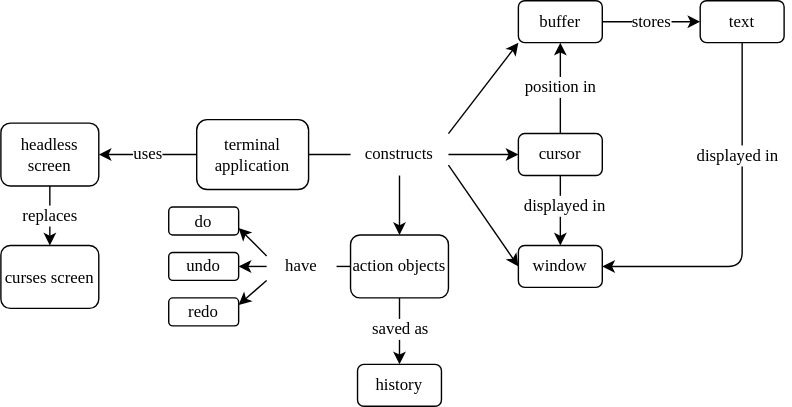
Above: sdxpy/undo/concept_map.svg in gvwilson/thirdbit (draw.io), before the change. Source tidied: cells renumbered, new cells last; positions are measured from the earlier drawing's top-left corner, leaving out a move shared by most shapes.
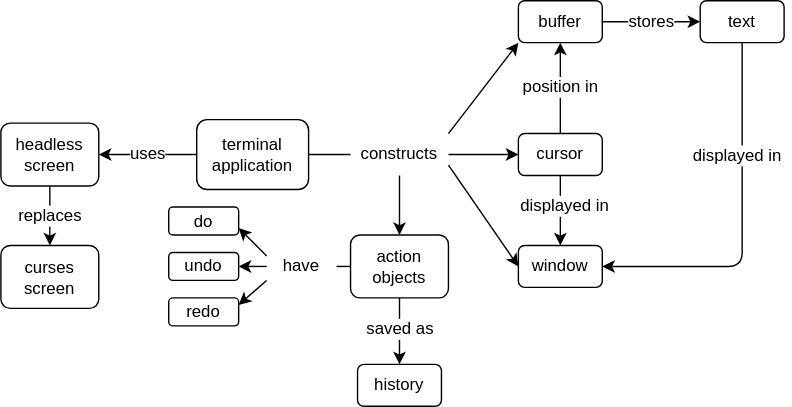
Above is the later version.

What changed in the source:
```diff
@@ -2,107 +2,107 @@
   <root>
     <mxCell id="0" />
     <mxCell id="1" parent="0" />
-    <mxCell id="2" value="terminal&lt;br style=&quot;font-size: 12px;&quot;&gt;application" style="rounded=1;whiteSpace=wrap;html=1;fillColor=none;fontFamily=Verdana;fontSize=12;" parent="1" vertex="1">
+    <mxCell id="2" value="terminal&lt;br style=&quot;font-size: 12px;&quot;&gt;application" style="rounded=1;whiteSpace=wrap;html=1;fillColor=none;fontFamily=Helvetica;fontSize=12;" parent="1" vertex="1">
       <mxGeometry x="140" y="85" width="80" height="50" as="geometry" />
     </mxCell>
-    <mxCell id="3" value="buffer" style="rounded=1;whiteSpace=wrap;html=1;fillColor=none;fontFamily=Verdana;fontSize=12;" parent="1" vertex="1">
+    <mxCell id="3" value="buffer" style="rounded=1;whiteSpace=wrap;html=1;fillColor=none;fontFamily=Helvetica;fontSize=12;" parent="1" vertex="1">
       <mxGeometry x="370" width="60" height="30" as="geometry" />
     </mxCell>
-    <mxCell id="4" value="cursor" style="rounded=1;whiteSpace=wrap;html=1;fillColor=none;fontFamily=Verdana;fontSize=12;" parent="1" vertex="1">
+    <mxCell id="4" value="cursor" style="rounded=1;whiteSpace=wrap;html=1;fillColor=none;fontFamily=Helvetica;fontSize=12;" parent="1" vertex="1">
       <mxGeometry x="370" y="95" width="60" height="30" as="geometry" />
     </mxCell>
-    <mxCell id="5" value="window" style="rounded=1;whiteSpace=wrap;html=1;fillColor=none;fontFamily=Verdana;fontSize=12;" parent="1" vertex="1">
+    <mxCell id="5" value="window" style="rounded=1;whiteSpace=wrap;html=1;fillColor=none;fontFamily=Helvetica;fontSize=12;" parent="1" vertex="1">
       <mxGeometry x="370" y="175" width="60" height="30" as="geometry" />
     </mxCell>
-    <mxCell id="6" value="constructs" style="text;html=1;strokeColor=none;fillColor=none;align=center;verticalAlign=middle;whiteSpace=wrap;rounded=0;fontFamily=Verdana;fontSize=12;" parent="1" vertex="1">
+    <mxCell id="6" value="constructs" style="text;html=1;strokeColor=none;fillColor=none;align=center;verticalAlign=middle;whiteSpace=wrap;rounded=0;fontFamily=Helvetica;fontSize=12;" parent="1" vertex="1">
       <mxGeometry x="250" y="95" width="70" height="30" as="geometry" />
     </mxCell>
-    <mxCell id="7" style="endArrow=none;html=1;rounded=0;entryX=0;entryY=0.5;entryDx=0;entryDy=0;exitX=1;exitY=0.5;exitDx=0;exitDy=0;fontFamily=Verdana;fontSize=12;" parent="1" edge="1" source="2" target="6">
+    <mxCell id="7" style="endArrow=none;html=1;rounded=0;entryX=0;entryY=0.5;entryDx=0;entryDy=0;exitX=1;exitY=0.5;exitDx=0;exitDy=0;fontFamily=Helvetica;fontSize=12;" parent="1" edge="1" source="2" target="6">
       <mxGeometry relative="1" as="geometry" />
     </mxCell>
-    <mxCell id="8" style="endArrow=classic;html=1;rounded=0;entryX=0;entryY=0.5;entryDx=0;entryDy=0;exitX=1;exitY=0.5;exitDx=0;exitDy=0;fontFamily=Verdana;fontSize=12;" parent="1" edge="1" source="6" target="4">
+    <mxCell id="8" style="endArrow=classic;html=1;rounded=0;entryX=0;entryY=0.5;entryDx=0;entryDy=0;exitX=1;exitY=0.5;exitDx=0;exitDy=0;fontFamily=Helvetica;fontSize=12;" parent="1" edge="1" source="6" target="4">
       <mxGeometry relative="1" as="geometry" />
     </mxCell>
-    <mxCell id="9" style="endArrow=classic;html=1;rounded=0;entryX=0;entryY=1;entryDx=0;entryDy=0;exitX=1;exitY=0;exitDx=0;exitDy=0;fontFamily=Verdana;fontSize=12;" parent="1" edge="1" source="6" target="3">
+    <mxCell id="9" style="endArrow=classic;html=1;rounded=0;entryX=0;entryY=1;entryDx=0;entryDy=0;exitX=1;exitY=0;exitDx=0;exitDy=0;fontFamily=Helvetica;fontSize=12;" parent="1" edge="1" source="6" target="3">
       <mxGeometry relative="1" as="geometry" />
     </mxCell>
-    <mxCell id="10" style="endArrow=classic;html=1;rounded=0;entryX=0;entryY=0.5;entryDx=0;entryDy=0;exitX=1;exitY=0.75;exitDx=0;exitDy=0;fontFamily=Verdana;fontSize=12;" parent="1" edge="1" source="6" target="5">
+    <mxCell id="10" style="endArrow=classic;html=1;rounded=0;entryX=0;entryY=0.5;entryDx=0;entryDy=0;exitX=1;exitY=0.75;exitDx=0;exitDy=0;fontFamily=Helvetica;fontSize=12;" parent="1" edge="1" source="6" target="5">
       <mxGeometry relative="1" as="geometry" />
     </mxCell>
-    <mxCell id="11" value="&lt;font style=&quot;font-size: 12px;&quot;&gt;uses&lt;/font&gt;" style="endArrow=classic;html=1;rounded=0;exitX=0;exitY=0.5;exitDx=0;exitDy=0;entryX=1;entryY=0.5;entryDx=0;entryDy=0;fontFamily=Verdana;fontSize=12;" parent="1" edge="1" source="2" target="12">
+    <mxCell id="11" value="&lt;font style=&quot;font-size: 12px;&quot;&gt;uses&lt;/font&gt;" style="endArrow=classic;html=1;rounded=0;exitX=0;exitY=0.5;exitDx=0;exitDy=0;entryX=1;entryY=0.5;entryDx=0;entryDy=0;fontFamily=Helvetica;fontSize=12;" parent="1" edge="1" source="2" target="12">
       <mxGeometry relative="1" as="geometry" />
     </mxCell>
-    <mxCell id="12" value="headless screen" style="rounded=1;whiteSpace=wrap;html=1;fillColor=none;fontFamily=Verdana;fontSize=12;" parent="1" vertex="1">
+    <mxCell id="12" value="headless screen" style="rounded=1;whiteSpace=wrap;html=1;fillColor=none;fontFamily=Helvetica;fontSize=12;" parent="1" vertex="1">
       <mxGeometry y="87.5" width="70" height="45" as="geometry" />
     </mxCell>
-    <mxCell id="13" value="text" style="rounded=1;whiteSpace=wrap;html=1;fillColor=none;fontFamily=Verdana;fontSize=12;" parent="1" vertex="1">
+    <mxCell id="13" value="text" style="rounded=1;whiteSpace=wrap;html=1;fillColor=none;fontFamily=Helvetica;fontSize=12;" parent="1" vertex="1">
       <mxGeometry x="500" width="60" height="30" as="geometry" />
     </mxCell>
-    <mxCell id="14" value="&lt;font style=&quot;font-size: 12px;&quot;&gt;stores&lt;/font&gt;" style="endArrow=classic;html=1;rounded=0;entryX=0;entryY=0.5;entryDx=0;entryDy=0;exitX=1;exitY=0.5;exitDx=0;exitDy=0;fontFamily=Verdana;fontSize=12;" parent="1" edge="1" source="3" target="13">
+    <mxCell id="14" value="&lt;font style=&quot;font-size: 12px;&quot;&gt;stores&lt;/font&gt;" style="endArrow=classic;html=1;rounded=0;entryX=0;entryY=0.5;entryDx=0;entryDy=0;exitX=1;exitY=0.5;exitDx=0;exitDy=0;fontFamily=Helvetica;fontSize=12;" parent="1" edge="1" source="3" target="13">
       <mxGeometry relative="1" as="geometry" />
     </mxCell>
-    <mxCell id="15" value="&lt;font style=&quot;font-size: 12px;&quot;&gt;position in&lt;/font&gt;" style="endArrow=classic;html=1;rounded=0;entryX=0.5;entryY=1;entryDx=0;entryDy=0;exitX=0.5;exitY=0;exitDx=0;exitDy=0;fontFamily=Verdana;fontSize=12;" parent="1" edge="1" source="4" target="3">
+    <mxCell id="15" value="&lt;font style=&quot;font-size: 12px;&quot;&gt;position in&lt;/font&gt;" style="endArrow=classic;html=1;rounded=0;entryX=0.5;entryY=1;entryDx=0;entryDy=0;exitX=0.5;exitY=0;exitDx=0;exitDy=0;fontFamily=Helvetica;fontSize=12;" parent="1" edge="1" source="4" target="3">
       <mxGeometry relative="1" as="geometry" />
     </mxCell>
-    <mxCell id="16" style="endArrow=classic;html=1;rounded=0;entryX=0.5;entryY=0;entryDx=0;entryDy=0;exitX=0.5;exitY=1;exitDx=0;exitDy=0;fontFamily=Verdana;fontSize=12;" parent="1" edge="1" source="4" target="5">
+    <mxCell id="16" style="endArrow=classic;html=1;rounded=0;entryX=0.5;entryY=0;entryDx=0;entryDy=0;exitX=0.5;exitY=1;exitDx=0;exitDy=0;fontFamily=Helvetica;fontSize=12;" parent="1" edge="1" source="4" target="5">
       <mxGeometry relative="1" as="geometry" />
     </mxCell>
-    <mxCell id="17" value="&lt;font style=&quot;font-size: 12px;&quot;&gt;displayed in&lt;/font&gt;" style="edgeLabel;html=1;align=center;verticalAlign=middle;fontFamily=Verdana;fontSize=12;" parent="16" vertex="1">
+    <mxCell id="17" value="&lt;font style=&quot;font-size: 12px;&quot;&gt;displayed in&lt;/font&gt;" style="edgeLabel;html=1;align=center;verticalAlign=middle;fontFamily=Helvetica;fontSize=12;" parent="16" vertex="1">
       <mxGeometry x="-0.16" y="2" relative="1" as="geometry" />
     </mxCell>
-    <mxCell id="18" style="endArrow=classic;html=1;rounded=1;entryX=1;entryY=0.5;entryDx=0;entryDy=0;exitX=0.5;exitY=1;exitDx=0;exitDy=0;fontFamily=Verdana;fontSize=12;" parent="1" edge="1" source="13" target="5">
+    <mxCell id="18" style="endArrow=classic;html=1;rounded=1;entryX=1;entryY=0.5;entryDx=0;entryDy=0;exitX=0.5;exitY=1;exitDx=0;exitDy=0;fontFamily=Helvetica;fontSize=12;" parent="1" edge="1" source="13" target="5">
       <mxGeometry relative="1" as="geometry">
         <Array as="points">
           <mxPoint x="530" y="190" />
         </Array>
       </mxGeometry>
     </mxCell>
-    <mxCell id="19" value="&lt;font style=&quot;font-size: 12px;&quot;&gt;displayed in&amp;nbsp;&lt;/font&gt;" style="edgeLabel;html=1;align=center;verticalAlign=middle;fontFamily=Verdana;fontSize=12;" parent="18" vertex="1">
+    <mxCell id="19" value="&lt;font style=&quot;font-size: 12px;&quot;&gt;displayed in&amp;nbsp;&lt;/font&gt;" style="edgeLabel;html=1;align=center;verticalAlign=middle;fontFamily=Helvetica;fontSize=12;" parent="18" vertex="1">
       <mxGeometry x="-0.38" y="-3" relative="1" as="geometry" />
     </mxCell>
-    <mxCell id="20" value="curses screen" style="rounded=1;whiteSpace=wrap;html=1;fillColor=none;fontFamily=Verdana;fontSize=12;" parent="1" vertex="1">
+    <mxCell id="20" value="curses screen" style="rounded=1;whiteSpace=wrap;html=1;fillColor=none;fontFamily=Helvetica;fontSize=12;" parent="1" vertex="1">
       <mxGeometry y="175" width="70" height="45" as="geometry" />
     </mxCell>
-    <mxCell id="21" value="&lt;font style=&quot;font-size: 12px;&quot;&gt;replaces&lt;/font&gt;" style="endArrow=classic;html=1;rounded=0;entryX=0.5;entryY=0;entryDx=0;entryDy=0;exitX=0.5;exitY=1;exitDx=0;exitDy=0;fontFamily=Verdana;fontSize=12;" parent="1" edge="1" source="12" target="20">
+    <mxCell id="21" value="&lt;font style=&quot;font-size: 12px;&quot;&gt;replaces&lt;/font&gt;" style="endArrow=classic;html=1;rounded=0;entryX=0.5;entryY=0;entryDx=0;entryDy=0;exitX=0.5;exitY=1;exitDx=0;exitDy=0;fontFamily=Helvetica;fontSize=12;" parent="1" edge="1" source="12" target="20">
       <mxGeometry relative="1" as="geometry" />
     </mxCell>
-    <mxCell id="22" value="action objects" style="rounded=1;whiteSpace=wrap;html=1;fillColor=none;fontFamily=Verdana;fontSize=12;" parent="1" vertex="1">
+    <mxCell id="22" value="action objects" style="rounded=1;whiteSpace=wrap;html=1;fillColor=none;fontFamily=Helvetica;fontSize=12;" parent="1" vertex="1">
       <mxGeometry x="250" y="167.5" width="70" height="45" as="geometry" />
     </mxCell>
-    <mxCell id="23" style="endArrow=classic;html=1;rounded=0;entryX=0.5;entryY=0;entryDx=0;entryDy=0;exitX=0.5;exitY=1;exitDx=0;exitDy=0;fontFamily=Verdana;fontSize=12;" parent="1" edge="1" source="6" target="22">
+    <mxCell id="23" style="endArrow=classic;html=1;rounded=0;entryX=0.5;entryY=0;entryDx=0;entryDy=0;exitX=0.5;exitY=1;exitDx=0;exitDy=0;fontFamily=Helvetica;fontSize=12;" parent="1" edge="1" source="6" target="22">
       <mxGeometry relative="1" as="geometry" />
     </mxCell>
-    <mxCell id="24" value="history" style="rounded=1;whiteSpace=wrap;html=1;fillColor=none;fontFamily=Verdana;fontSize=12;" parent="1" vertex="1">
+    <mxCell id="24" value="history" style="rounded=1;whiteSpace=wrap;html=1;fillColor=none;fontFamily=Helvetica;fontSize=12;" parent="1" vertex="1">
       <mxGeometry x="255" y="260" width="60" height="30" as="geometry" />
     </mxCell>
-    <mxCell id="25" style="endArrow=classic;html=1;rounded=0;entryX=0.5;entryY=0;entryDx=0;entryDy=0;exitX=0.5;exitY=1;exitDx=0;exitDy=0;fontFamily=Verdana;fontSize=12;" parent="1" edge="1" source="22" target="24">
+    <mxCell id="25" style="endArrow=classic;html=1;rounded=0;entryX=0.5;entryY=0;entryDx=0;entryDy=0;exitX=0.5;exitY=1;exitDx=0;exitDy=0;fontFamily=Helvetica;fontSize=12;" parent="1" edge="1" source="22" target="24">
       <mxGeometry relative="1" as="geometry" />
     </mxCell>
-    <mxCell id="26" value="&lt;font style=&quot;font-size: 12px;&quot;&gt;saved as&amp;nbsp;&lt;/font&gt;" style="edgeLabel;html=1;align=center;verticalAlign=middle;fontFamily=Verdana;fontSize=12;" parent="25" vertex="1">
+    <mxCell id="26" value="&lt;font style=&quot;font-size: 12px;&quot;&gt;saved as&amp;nbsp;&lt;/font&gt;" style="edgeLabel;html=1;align=center;verticalAlign=middle;fontFamily=Helvetica;fontSize=12;" parent="25" vertex="1">
       <mxGeometry x="-0.09" y="1" relative="1" as="geometry" />
     </mxCell>
-    <mxCell id="27" value="have" style="text;html=1;strokeColor=none;fillColor=none;align=center;verticalAlign=middle;whiteSpace=wrap;rounded=0;fontFamily=Verdana;fontSize=12;" parent="1" vertex="1">
+    <mxCell id="27" value="have" style="text;html=1;strokeColor=none;fillColor=none;align=center;verticalAlign=middle;whiteSpace=wrap;rounded=0;fontFamily=Helvetica;fontSize=12;" parent="1" vertex="1">
       <mxGeometry x="190" y="175" width="50" height="30" as="geometry" />
     </mxCell>
-    <mxCell id="28" style="endArrow=none;html=1;rounded=0;exitX=1;exitY=0.5;exitDx=0;exitDy=0;entryX=0;entryY=0.5;entryDx=0;entryDy=0;fontFamily=Verdana;fontSize=12;" parent="1" edge="1" source="27" target="22">
+    <mxCell id="28" style="endArrow=none;html=1;rounded=0;exitX=1;exitY=0.5;exitDx=0;exitDy=0;entryX=0;entryY=0.5;entryDx=0;entryDy=0;fontFamily=Helvetica;fontSize=12;" parent="1" edge="1" source="27" target="22">
       <mxGeometry relative="1" as="geometry" />
     </mxCell>
-    <mxCell id="29" value="do" style="rounded=1;whiteSpace=wrap;html=1;fillColor=none;fontFamily=Verdana;fontSize=12;" parent="1" vertex="1">
+    <mxCell id="29" value="do" style="rounded=1;whiteSpace=wrap;html=1;fillColor=none;fontFamily=Helvetica;fontSize=12;" parent="1" vertex="1">
       <mxGeometry x="120" y="147.5" width="50" height="20" as="geometry" />
     </mxCell>
-    <mxCell id="30" value="undo" style="rounded=1;whiteSpace=wrap;html=1;fillColor=none;fontFamily=Verdana;fontSize=12;" parent="1" vertex="1">
+    <mxCell id="30" value="undo" style="rounded=1;whiteSpace=wrap;html=1;fillColor=none;fontFamily=Helvetica;fontSize=12;" parent="1" vertex="1">
       <mxGeometry x="120" y="180" width="50" height="20" as="geometry" />
     </mxCell>
-    <mxCell id="31" value="redo" style="rounded=1;whiteSpace=wrap;html=1;fillColor=none;fontFamily=Verdana;fontSize=12;" parent="1" vertex="1">
+    <mxCell id="31" value="redo" style="rounded=1;whiteSpace=wrap;html=1;fillColor=none;fontFamily=Helvetica;fontSize=12;" parent="1" vertex="1">
       <mxGeometry x="120" y="212.5" width="50" height="20" as="geometry" />
     </mxCell>
-    <mxCell id="32" style="endArrow=classic;html=1;rounded=0;entryX=1;entryY=0.75;entryDx=0;entryDy=0;exitX=0;exitY=0.25;exitDx=0;exitDy=0;fontFamily=Verdana;fontSize=12;" parent="1" edge="1" source="27" target="29">
+    <mxCell id="32" style="endArrow=classic;html=1;rounded=0;entryX=1;entryY=0.75;entryDx=0;entryDy=0;exitX=0;exitY=0.25;exitDx=0;exitDy=0;fontFamily=Helvetica;fontSize=12;" parent="1" edge="1" source="27" target="29">
       <mxGeometry relative="1" as="geometry" />
     </mxCell>
-    <mxCell id="33" style="endArrow=classic;html=1;rounded=0;entryX=1;entryY=0.5;entryDx=0;entryDy=0;exitX=0;exitY=0.5;exitDx=0;exitDy=0;fontFamily=Verdana;fontSize=12;" parent="1" edge="1" source="27" target="30">
+    <mxCell id="33" style="endArrow=classic;html=1;rounded=0;entryX=1;entryY=0.5;entryDx=0;entryDy=0;exitX=0;exitY=0.5;exitDx=0;exitDy=0;fontFamily=Helvetica;fontSize=12;" parent="1" edge="1" source="27" target="30">
       <mxGeometry relative="1" as="geometry" />
     </mxCell>
-    <mxCell id="34" style="endArrow=classic;html=1;rounded=0;entryX=1;entryY=0.25;entryDx=0;entryDy=0;fontFamily=Verdana;fontSize=12;" parent="1" edge="1" target="31">
+    <mxCell id="34" style="endArrow=classic;html=1;rounded=0;entryX=1;entryY=0.25;entryDx=0;entryDy=0;fontFamily=Helvetica;fontSize=12;" parent="1" edge="1" target="31">
       <mxGeometry relative="1" as="geometry">
         <mxPoint x="190" y="200" as="sourcePoint" />
       </mxGeometry>
```
